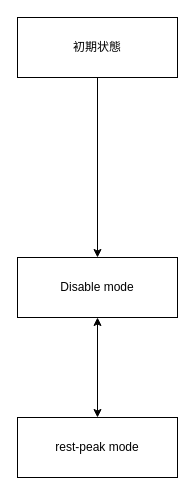
The draw.io diagram page "state transition diagram" (10 of 10) of ScanDataPy/UML_SCANDATA.drawio in lunelukkio/ScanDataPy, before the edit. Source tidied: cells renumbered, new cells numbered last; positions are measured from the earlier drawing's top-left corner, leaving out a move shared by most shapes. Both pictures are drawn from the tidied source at 100%, with x=0, y=0 at pixel (17, 17).
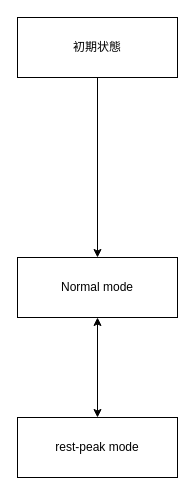
The same diagram, later.

What changed in the source:
```diff
@@
 <mxGraphModel>
   <root>
     <mxCell id="0" />
     <mxCell id="1" parent="0" />
     <mxCell id="2" style="edgeStyle=orthogonalEdgeStyle;rounded=0;jettySize=auto;html=1;entryX=0.5;entryY=0;entryDx=0;entryDy=0;" parent="1" edge="1" source="3" target="5">
       <mxGeometry relative="1" as="geometry" />
     </mxCell>
     <mxCell id="3" value="初期状態" style="rounded=0;whiteSpace=wrap;html=1;" parent="1" vertex="1">
       <mxGeometry width="160" height="60" as="geometry" />
     </mxCell>
     <mxCell id="4" style="edgeStyle=orthogonalEdgeStyle;rounded=0;jettySize=auto;html=1;startArrow=classic;startFill=1;" parent="1" edge="1" source="5" target="6">
       <mxGeometry relative="1" as="geometry" />
     </mxCell>
-    <mxCell id="5" value="&lt;div&gt;Disable mode&lt;/div&gt;" style="rounded=0;whiteSpace=wrap;html=1;" parent="1" vertex="1">
+    <mxCell id="5" value="&lt;div&gt;Normal mode&lt;/div&gt;" style="rounded=0;whiteSpace=wrap;html=1;" parent="1" vertex="1">
       <mxGeometry y="240" width="160" height="60" as="geometry" />
     </mxCell>
     <mxCell id="6" value="&lt;div&gt;rest-peak mode&lt;/div&gt;" style="rounded=0;whiteSpace=wrap;html=1;" parent="1" vertex="1">
       <mxGeometry y="400" width="160" height="60" as="geometry" />
     </mxCell>
   </root>
 </mxGraphModel>
```
